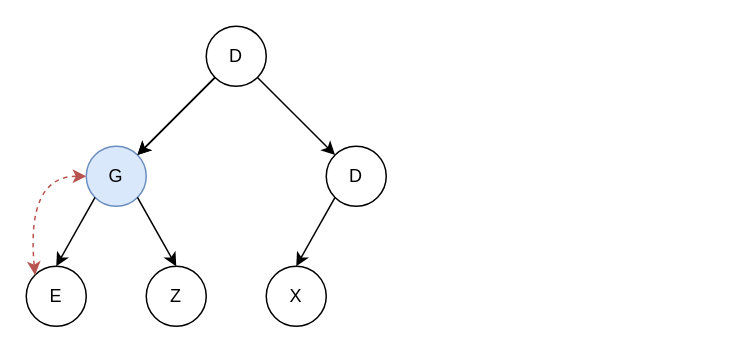
yxlin118/personal-website keeps this draw.io diagram as page "delete2" (7 of 8) of Untitled Diagram.drawio. Above is the earlier version. Source tidied: cells renumbered, new cells numbered last; positions are measured from the earlier drawing's top-left corner, leaving out a move shared by most shapes. Both pictures are drawn from the tidied source at 150%, with x=0, y=0 at pixel (26, 26).
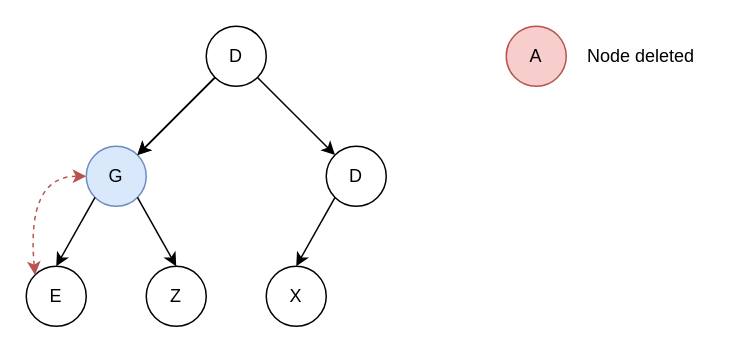
The same diagram, later.

Change to the diagram source:
```diff
@@
 <mxGraphModel>
   <root>
     <mxCell id="0" />
     <mxCell id="1" parent="0" />
     <mxCell id="2" value="D" style="ellipse;whiteSpace=wrap;html=1;" parent="1" vertex="1">
       <mxGeometry x="120" width="40" height="40" as="geometry" />
     </mxCell>
     <mxCell id="3" value="G" style="ellipse;whiteSpace=wrap;html=1;fillColor=#dae8fc;strokeColor=#6c8ebf;" parent="1" vertex="1">
       <mxGeometry x="40" y="80" width="40" height="40" as="geometry" />
     </mxCell>
     <mxCell id="4" value="D" style="ellipse;whiteSpace=wrap;html=1;" parent="1" vertex="1">
       <mxGeometry x="200" y="80" width="40" height="40" as="geometry" />
     </mxCell>
     <mxCell id="5" value="E" style="ellipse;whiteSpace=wrap;html=1;" parent="1" vertex="1">
       <mxGeometry y="160" width="40" height="40" as="geometry" />
     </mxCell>
     <mxCell id="6" value="Z" style="ellipse;whiteSpace=wrap;html=1;" parent="1" vertex="1">
       <mxGeometry x="80" y="160" width="40" height="40" as="geometry" />
     </mxCell>
     <mxCell id="7" value="X" style="ellipse;whiteSpace=wrap;html=1;" parent="1" vertex="1">
       <mxGeometry x="160" y="160" width="40" height="40" as="geometry" />
     </mxCell>
     <mxCell id="8" style="endArrow=classic;html=1;exitX=0;exitY=1;exitDx=0;exitDy=0;entryX=1;entryY=0;entryDx=0;entryDy=0;" parent="1" edge="1" source="2" target="3">
       <mxGeometry relative="1" as="geometry" />
     </mxCell>
     <mxCell id="9" style="endArrow=classic;html=1;exitX=1;exitY=1;exitDx=0;exitDy=0;" parent="1" edge="1" source="2" target="4">
       <mxGeometry relative="1" as="geometry" />
     </mxCell>
     <mxCell id="10" style="endArrow=classic;html=1;exitX=0;exitY=1;exitDx=0;exitDy=0;entryX=1;entryY=0;entryDx=0;entryDy=0;" parent="1" edge="1">
       <mxGeometry relative="1" as="geometry">
         <mxPoint x="125.9" y="34.1" as="sourcePoint" />
         <mxPoint x="74.1" y="85.9" as="targetPoint" />
       </mxGeometry>
     </mxCell>
     <mxCell id="11" style="endArrow=classic;html=1;exitX=0;exitY=1;exitDx=0;exitDy=0;entryX=0.5;entryY=0;entryDx=0;entryDy=0;" parent="1" edge="1" source="3" target="5">
       <mxGeometry relative="1" as="geometry" />
     </mxCell>
     <mxCell id="12" style="endArrow=classic;html=1;exitX=1;exitY=1;exitDx=0;exitDy=0;entryX=0.5;entryY=0;entryDx=0;entryDy=0;" parent="1" edge="1" source="3" target="6">
       <mxGeometry relative="1" as="geometry" />
     </mxCell>
     <mxCell id="13" style="endArrow=classic;html=1;exitX=0;exitY=1;exitDx=0;exitDy=0;entryX=0.5;entryY=0;entryDx=0;entryDy=0;" parent="1" edge="1" source="4" target="7">
       <mxGeometry relative="1" as="geometry" />
     </mxCell>
     <mxCell id="14" style="dashed=1;curved=1;endArrow=classic;startArrow=classic;html=1;exitX=0;exitY=0;exitDx=0;exitDy=0;entryX=0;entryY=0.5;entryDx=0;entryDy=0;fillColor=#f8cecc;strokeColor=#b85450;" parent="1" edge="1" source="5" target="3">
       <mxGeometry relative="1" as="geometry">
         <Array as="points">
           <mxPoint y="100" />
         </Array>
       </mxGeometry>
     </mxCell>
+    <mxCell id="15" value="A" style="ellipse;whiteSpace=wrap;html=1;fillColor=#f8cecc;strokeColor=#b85450;" parent="1" vertex="1">
+      <mxGeometry x="320" width="40" height="40" as="geometry" />
+    </mxCell>
+    <mxCell id="16" value="Node deleted" style="text;html=1;strokeColor=none;fillColor=none;align=center;verticalAlign=middle;whiteSpace=wrap;rounded=0;" parent="1" vertex="1">
+      <mxGeometry x="360" y="10" width="100" height="20" as="geometry" />
+    </mxCell>
   </root>
 </mxGraphModel>
```
